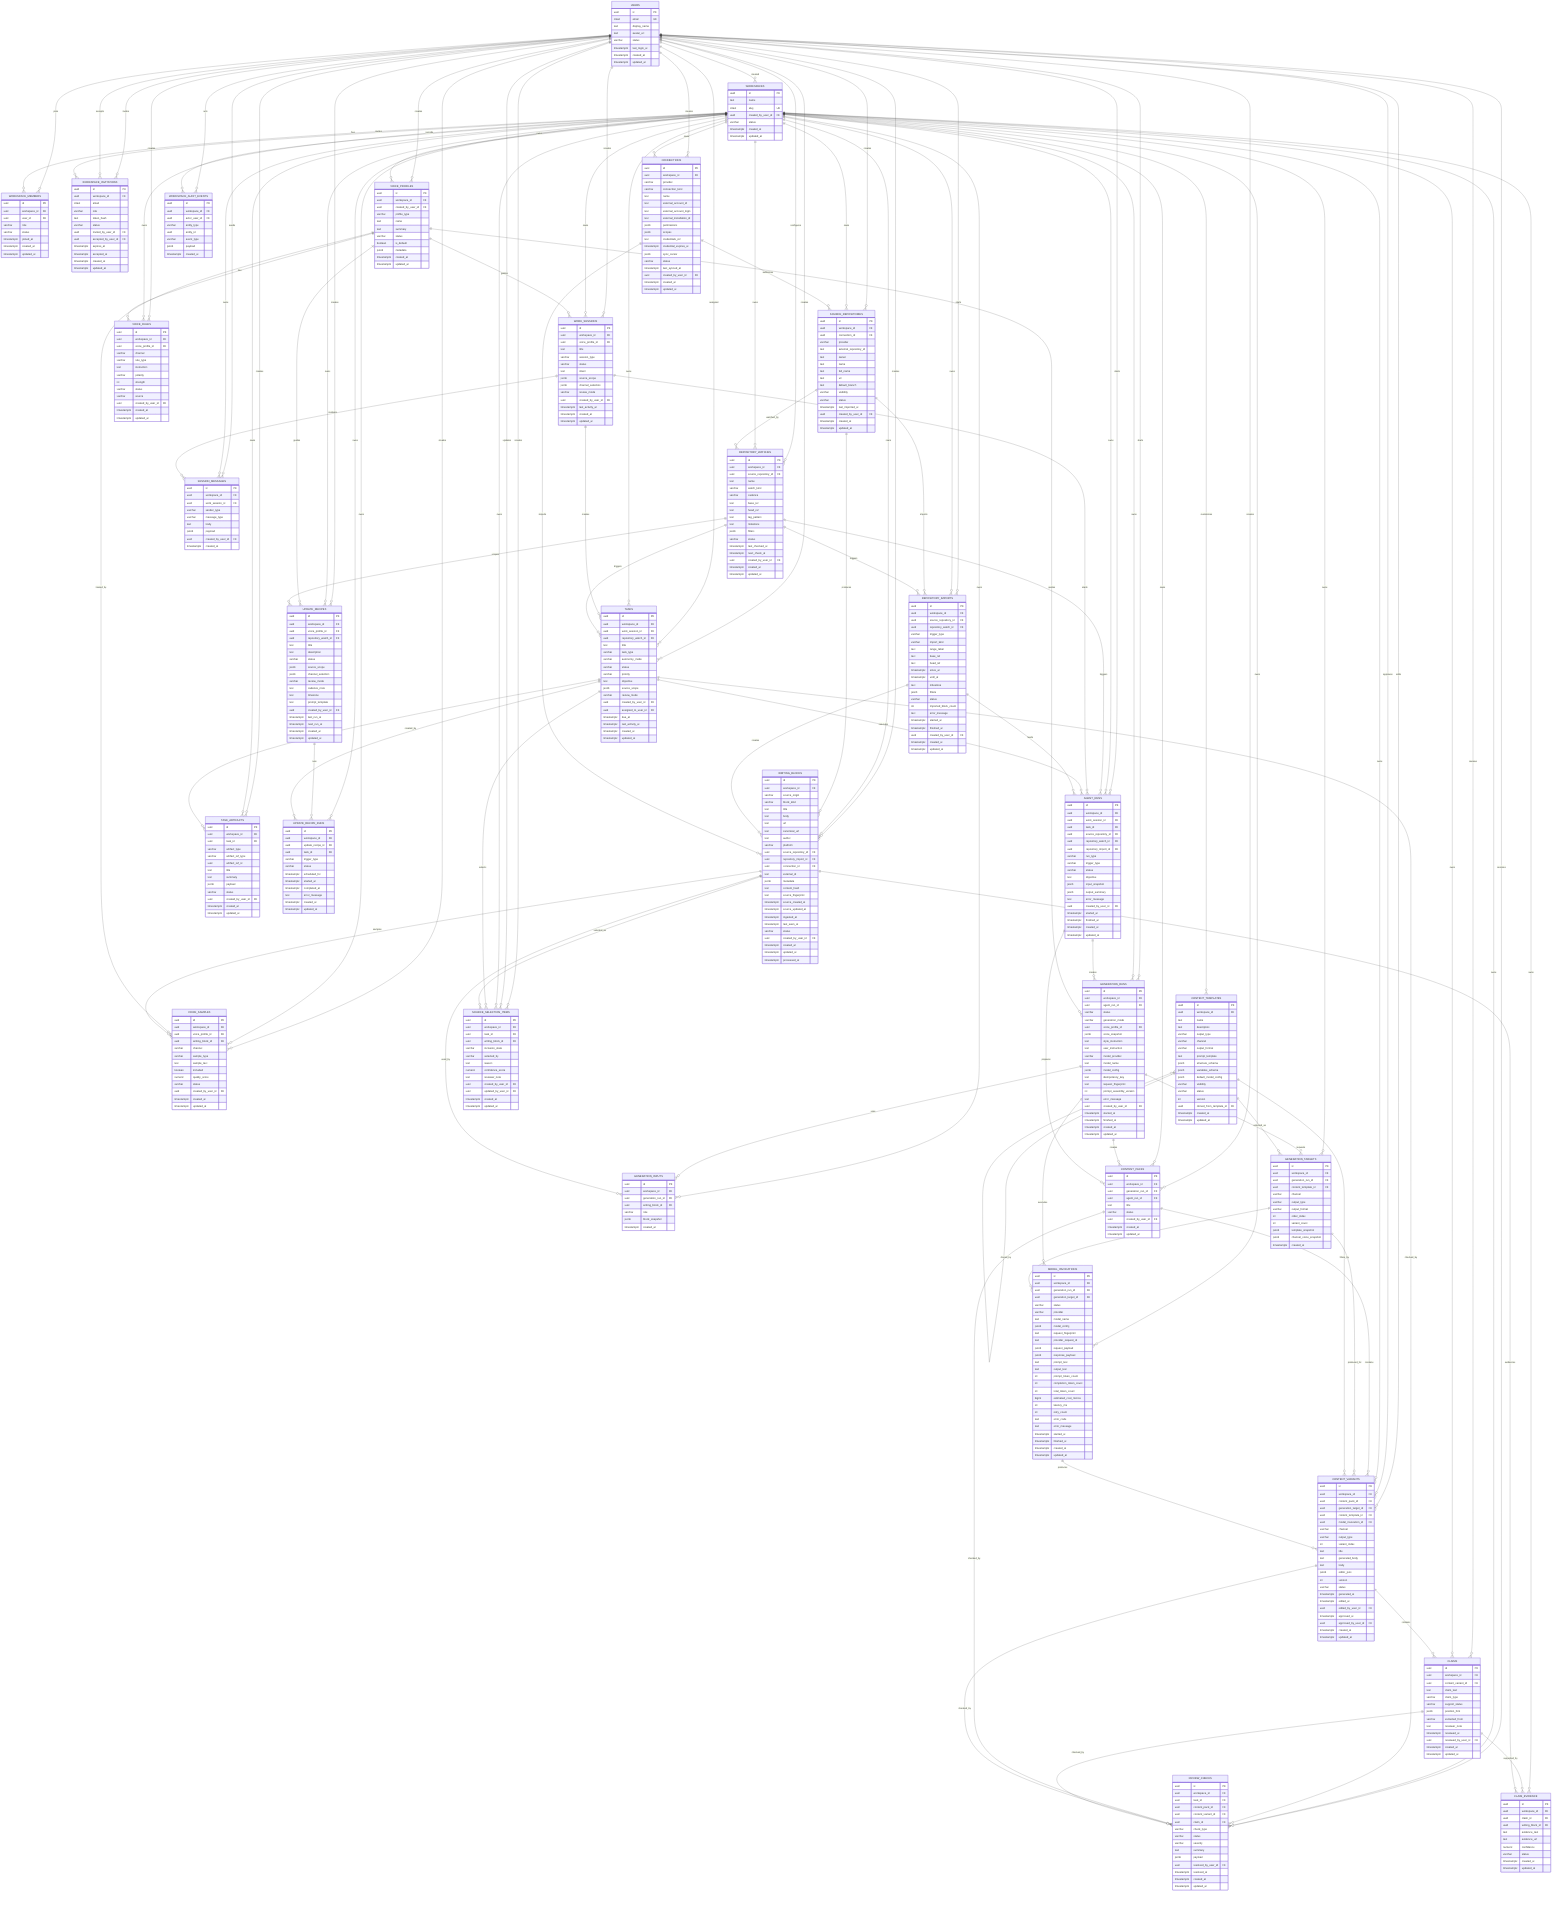
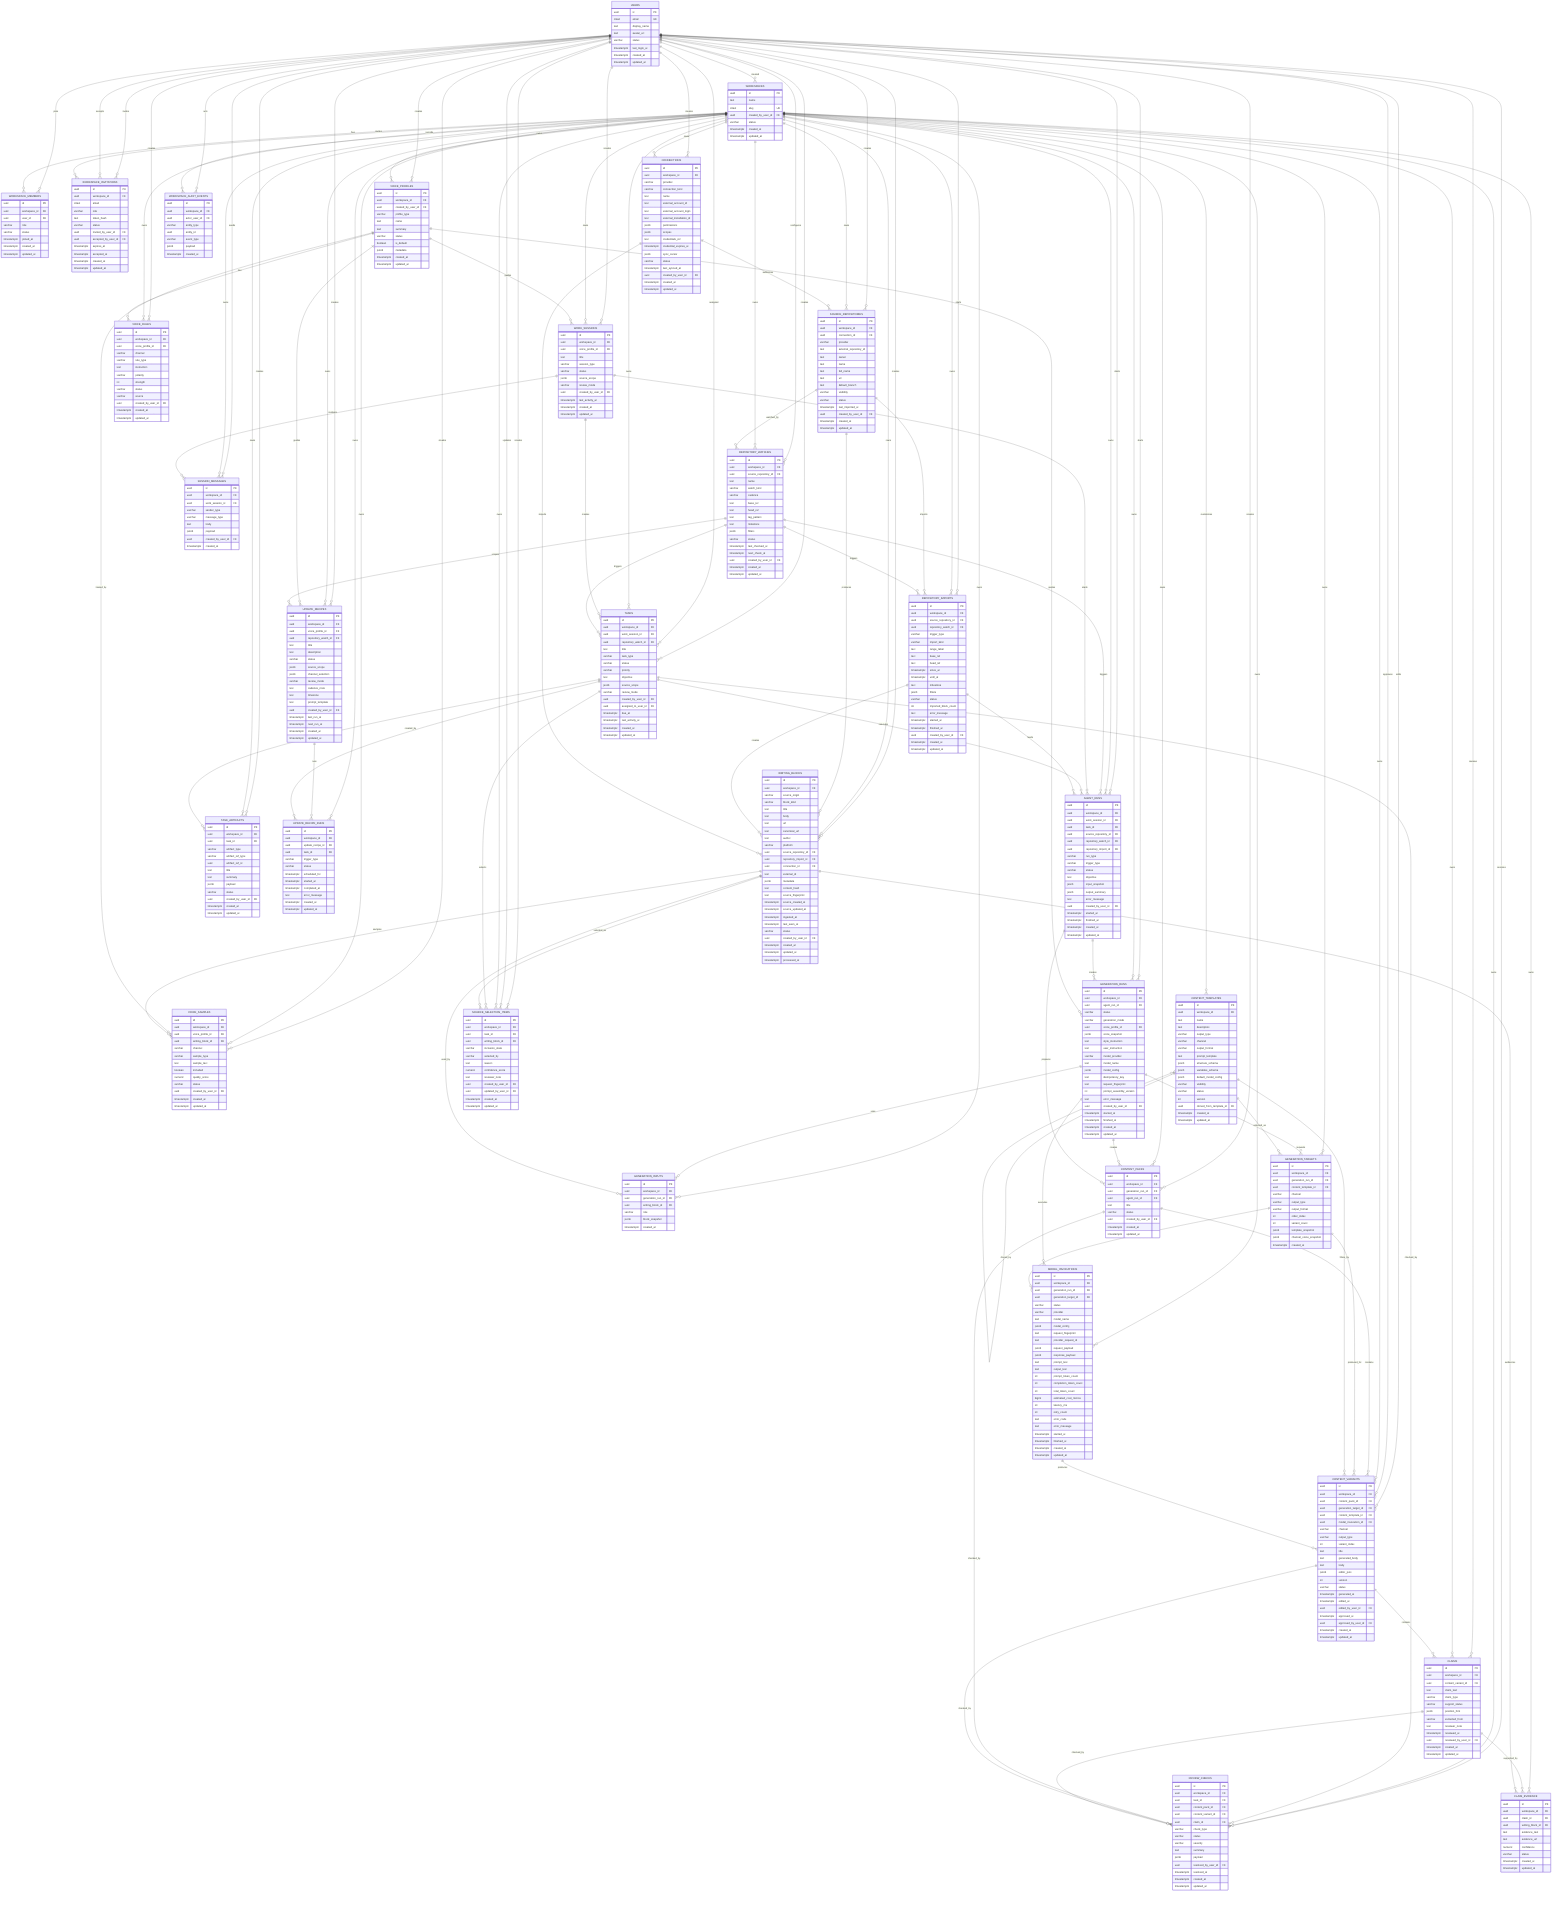
erDiagram
    USERS {
        uuid id PK
        citext email UK
        text display_name
        text avatar_url
        varchar status
        timestamptz last_login_at
        timestamptz created_at
        timestamptz updated_at
    }

    WORKSPACES {
        uuid id PK
        text name
        citext slug UK
        uuid created_by_user_id FK
        varchar status
        timestamptz created_at
        timestamptz updated_at
    }

    WORKSPACE_MEMBERS {
        uuid id PK
        uuid workspace_id FK
        uuid user_id FK
        varchar role
        varchar status
        timestamptz joined_at
        timestamptz created_at
        timestamptz updated_at
    }

    WORKSPACE_INVITATIONS {
        uuid id PK
        uuid workspace_id FK
        citext email
        varchar role
        text token_hash
        varchar status
        uuid invited_by_user_id FK
        uuid accepted_by_user_id FK
        timestamptz expires_at
        timestamptz accepted_at
        timestamptz created_at
        timestamptz updated_at
    }

    SOURCE_REPOSITORIES {
        uuid id PK
        uuid workspace_id FK
        uuid connection_id FK
        varchar provider
        text external_repository_id
        text owner
        text name
        text full_name
        text url
        text default_branch
        varchar visibility
        varchar status
        timestamptz last_imported_at
        uuid created_by_user_id FK
        timestamptz created_at
        timestamptz updated_at
    }

    REPOSITORY_WATCHES {
        uuid id PK
        uuid workspace_id FK
        uuid source_repository_id FK
        text name
        varchar watch_kind
        varchar cadence
        text base_ref
        text head_ref
        text tag_pattern
        text milestone
        jsonb filters
        varchar status
        timestamptz last_checked_at
        timestamptz next_check_at
        uuid created_by_user_id FK
        timestamptz created_at
        timestamptz updated_at
    }

    REPOSITORY_IMPORTS {
        uuid id PK
        uuid workspace_id FK
        uuid source_repository_id FK
        uuid repository_watch_id FK
        varchar trigger_type
        varchar import_kind
        text range_label
        text base_ref
        text head_ref
        timestamptz since_at
        timestamptz until_at
        text milestone
        jsonb filters
        varchar status
        int imported_block_count
        text error_message
        timestamptz started_at
        timestamptz finished_at
        uuid created_by_user_id FK
        timestamptz created_at
        timestamptz updated_at
    }

    CONNECTIONS {
        uuid id PK
        uuid workspace_id FK
        varchar provider
        varchar connection_kind
        text name
        text external_account_id
        text external_account_login
        text external_installation_id
        jsonb permissions
        jsonb scopes
        text credentials_ref
        timestamptz credential_expires_at
        jsonb sync_cursor
        varchar status
        timestamptz last_synced_at
        uuid created_by_user_id FK
        timestamptz created_at
        timestamptz updated_at
    }

    WRITING_BLOCKS {
        uuid id PK
        uuid workspace_id FK
        varchar source_origin
        varchar block_kind
        text title
        text body
        text url
        text canonical_url
        text author
        varchar platform
        uuid source_repository_id FK
        uuid repository_import_id FK
        uuid connection_id FK
        text external_id
        jsonb metadata
        text content_hash
        text source_fingerprint
        timestamptz source_created_at
        timestamptz source_updated_at
        timestamptz ingested_at
        timestamptz last_seen_at
        varchar status
        uuid created_by_user_id FK
        timestamptz created_at
        timestamptz updated_at
        timestamptz processed_at
    }

    VOICE_PROFILES {
        uuid id PK
        uuid workspace_id FK
        uuid created_by_user_id FK
        varchar profile_type
        text name
        text summary
        varchar status
        boolean is_default
        jsonb metadata
        timestamptz created_at
        timestamptz updated_at
    }

    VOICE_SAMPLES {
        uuid id PK
        uuid workspace_id FK
        uuid voice_profile_id FK
        uuid writing_block_id FK
        varchar channel
        varchar sample_type
        text sample_text
        boolean included
        numeric quality_score
        varchar status
        uuid created_by_user_id FK
        timestamptz created_at
        timestamptz updated_at
    }

    VOICE_RULES {
        uuid id PK
        uuid workspace_id FK
        uuid voice_profile_id FK
        varchar channel
        varchar rule_type
        text instruction
        varchar polarity
        int strength
        varchar status
        varchar source
        uuid created_by_user_id FK
        timestamptz created_at
        timestamptz updated_at
    }

    CONTENT_TEMPLATES {
        uuid id PK
        uuid workspace_id FK
        text name
        text description
        varchar output_type
        varchar channel
        varchar output_format
        text prompt_template
        jsonb structure_schema
        jsonb variables_schema
        jsonb default_model_config
        varchar visibility
        varchar status
        int version
        uuid cloned_from_template_id FK
        timestamptz created_at
        timestamptz updated_at
    }

    WORK_SESSIONS {
        uuid id PK
        uuid workspace_id FK
        uuid voice_profile_id FK
        text title
        varchar session_type
        varchar status
-         text intent
        jsonb source_scope
-         jsonb channel_selection
        varchar review_mode
        uuid created_by_user_id FK
        timestamptz last_activity_at
        timestamptz created_at
        timestamptz updated_at
    }

    SESSION_MESSAGES {
        uuid id PK
        uuid workspace_id FK
        uuid work_session_id FK
        varchar sender_type
        varchar message_type
        text body
        jsonb payload
        uuid created_by_user_id FK
        timestamptz created_at
    }

    TASKS {
        uuid id PK
        uuid workspace_id FK
        uuid work_session_id FK
        uuid repository_watch_id FK
        text title
        varchar task_type
-         varchar autonomy_mode
        varchar status
        varchar priority
        text objective
        jsonb source_scope
        varchar review_mode
        uuid created_by_user_id FK
        uuid assigned_to_user_id FK
        timestamptz due_at
        timestamptz last_activity_at
        timestamptz created_at
        timestamptz updated_at
    }

    TASK_ARTIFACTS {
        uuid id PK
        uuid workspace_id FK
        uuid task_id FK
        varchar artifact_type
        varchar artifact_ref_type
        uuid artifact_ref_id
        text title
        text summary
        jsonb payload
        varchar status
        uuid created_by_user_id FK
        timestamptz created_at
        timestamptz updated_at
    }

    SOURCE_SELECTION_ITEMS {
        uuid id PK
        uuid workspace_id FK
        uuid task_id FK
        uuid writing_block_id FK
        varchar inclusion_state
        varchar selected_by
        text reason
        numeric confidence_score
        text reviewer_note
        uuid created_by_user_id FK
        uuid updated_by_user_id FK
        timestamptz created_at
        timestamptz updated_at
    }

    REVIEW_CHECKS {
        uuid id PK
        uuid workspace_id FK
        uuid task_id FK
        uuid content_pack_id FK
        uuid content_variant_id FK
        uuid claim_id FK
        varchar check_type
        varchar status
        varchar severity
        text summary
        jsonb payload
        uuid resolved_by_user_id FK
        timestamptz resolved_at
        timestamptz created_at
        timestamptz updated_at
    }

    UPDATE_RECIPES {
        uuid id PK
        uuid workspace_id FK
        uuid voice_profile_id FK
        uuid repository_watch_id FK
        text title
        text description
        varchar status
        jsonb source_scope
        jsonb channel_selection
        varchar review_mode
        text cadence_rrule
        text timezone
        text prompt_template
        uuid created_by_user_id FK
        timestamptz last_run_at
        timestamptz next_run_at
        timestamptz created_at
        timestamptz updated_at
    }

    UPDATE_RECIPE_RUNS {
        uuid id PK
        uuid workspace_id FK
        uuid update_recipe_id FK
        uuid task_id FK
        varchar trigger_type
        varchar status
        timestamptz scheduled_for
        timestamptz started_at
        timestamptz completed_at
        text error_message
        timestamptz created_at
        timestamptz updated_at
    }

    AGENT_RUNS {
        uuid id PK
        uuid workspace_id FK
        uuid work_session_id FK
        uuid task_id FK
        uuid source_repository_id FK
        uuid repository_watch_id FK
        uuid repository_import_id FK
        varchar run_type
        varchar trigger_type
        varchar status
        text objective
        jsonb input_snapshot
        jsonb output_summary
        text error_message
        uuid created_by_user_id FK
        timestamptz started_at
        timestamptz finished_at
        timestamptz created_at
        timestamptz updated_at
    }

    GENERATION_RUNS {
        uuid id PK
        uuid workspace_id FK
        uuid agent_run_id FK
        varchar status
        varchar generation_mode
        uuid voice_profile_id FK
        jsonb voice_snapshot
        text style_instruction
        text user_instruction
        varchar model_provider
        text model_name
        jsonb model_config
        text idempotency_key
        text request_fingerprint
        int prompt_assembly_version
        text error_message
        uuid created_by_user_id FK
        timestamptz started_at
        timestamptz finished_at
        timestamptz created_at
        timestamptz updated_at
    }

    GENERATION_INPUTS {
        uuid id PK
        uuid workspace_id FK
        uuid generation_run_id FK
        uuid writing_block_id FK
        varchar role
        jsonb block_snapshot
        timestamptz created_at
    }

    GENERATION_TARGETS {
        uuid id PK
        uuid workspace_id FK
        uuid generation_run_id FK
        uuid content_template_id FK
        varchar channel
        varchar output_type
        varchar output_format
        int order_index
        int variant_count
        jsonb template_snapshot
        jsonb channel_voice_snapshot
        timestamptz created_at
    }

    MODEL_INVOCATIONS {
        uuid id PK
        uuid workspace_id FK
        uuid generation_run_id FK
        uuid generation_target_id FK
        varchar status
        varchar provider
        text model_name
        jsonb model_config
        text request_fingerprint
        text provider_request_id
        jsonb request_payload
        jsonb response_payload
        text prompt_text
        text output_text
        int prompt_token_count
        int completion_token_count
        int total_token_count
        bigint estimated_cost_micros
        int latency_ms
        int retry_count
        text error_code
        text error_message
        timestamptz started_at
        timestamptz finished_at
        timestamptz created_at
        timestamptz updated_at
    }

    CONTENT_PACKS {
        uuid id PK
        uuid workspace_id FK
        uuid generation_run_id FK
        uuid agent_run_id FK
        text title
        varchar status
        uuid created_by_user_id FK
        timestamptz created_at
        timestamptz updated_at
    }

    CONTENT_VARIANTS {
        uuid id PK
        uuid workspace_id FK
        uuid content_pack_id FK
        uuid generation_target_id FK
        uuid content_template_id FK
        uuid model_invocation_id FK
        varchar channel
        varchar output_type
        int variant_index
        text title
        text generated_body
        text body
        jsonb editor_json
        int version
        varchar status
        timestamptz generated_at
        timestamptz edited_at
        uuid edited_by_user_id FK
        timestamptz approved_at
        uuid approved_by_user_id FK
        timestamptz created_at
        timestamptz updated_at
    }

    CLAIMS {
        uuid id PK
        uuid workspace_id FK
        uuid content_variant_id FK
        text claim_text
        varchar claim_type
        varchar support_status
        jsonb position_hint
        varchar extracted_from
        text reviewer_note
        timestamptz reviewed_at
        uuid reviewed_by_user_id FK
        timestamptz created_at
        timestamptz updated_at
    }

    CLAIM_EVIDENCE {
        uuid id PK
        uuid workspace_id FK
        uuid claim_id FK
        uuid writing_block_id FK
        text evidence_text
        text evidence_url
        numeric confidence
        varchar status
        timestamptz created_at
        timestamptz updated_at
    }

    WORKSPACE_AUDIT_EVENTS {
        uuid id PK
        uuid workspace_id FK
        uuid actor_user_id FK
        varchar entity_type
        uuid entity_id
        varchar event_type
        jsonb payload
        timestamptz created_at
    }

    USERS ||--o{ WORKSPACES : created
    USERS ||--o{ WORKSPACE_MEMBERS : joins
    USERS ||--o{ WORKSPACE_INVITATIONS : invites
    USERS ||--o{ WORKSPACE_INVITATIONS : accepts
    USERS ||--o{ SOURCE_REPOSITORIES : creates
    USERS ||--o{ REPOSITORY_WATCHES : configures
    USERS ||--o{ REPOSITORY_IMPORTS : starts
    USERS ||--o{ CONNECTIONS : creates
    USERS ||--o{ WRITING_BLOCKS : creates
    USERS ||--o{ VOICE_PROFILES : creates
    USERS ||--o{ VOICE_SAMPLES : creates
    USERS ||--o{ VOICE_RULES : creates
    USERS ||--o{ WORK_SESSIONS : creates
    USERS ||--o{ SESSION_MESSAGES : sends
    USERS ||--o{ TASKS : creates
    USERS ||--o{ TASKS : assigned
    USERS ||--o{ TASK_ARTIFACTS : creates
    USERS ||--o{ SOURCE_SELECTION_ITEMS : creates
    USERS ||--o{ SOURCE_SELECTION_ITEMS : updates
    USERS ||--o{ REVIEW_CHECKS : resolves
    USERS ||--o{ UPDATE_RECIPES : creates
    USERS ||--o{ AGENT_RUNS : starts
    USERS ||--o{ GENERATION_RUNS : starts
    USERS ||--o{ CONTENT_PACKS : creates
    USERS ||--o{ CONTENT_VARIANTS : edits
    USERS ||--o{ CONTENT_VARIANTS : approves
    USERS ||--o{ CLAIMS : reviews
    USERS ||--o{ WORKSPACE_AUDIT_EVENTS : acts

    WORKSPACES ||--o{ WORKSPACE_MEMBERS : has
    WORKSPACES ||--o{ WORKSPACE_INVITATIONS : invites
    WORKSPACES ||--o{ SOURCE_REPOSITORIES : owns
    WORKSPACES ||--o{ REPOSITORY_WATCHES : owns
    WORKSPACES ||--o{ REPOSITORY_IMPORTS : owns
    WORKSPACES ||--o{ CONNECTIONS : owns
    WORKSPACES ||--o{ WRITING_BLOCKS : owns
    WORKSPACES ||--o{ VOICE_PROFILES : owns
    WORKSPACES ||--o{ VOICE_SAMPLES : owns
    WORKSPACES ||--o{ VOICE_RULES : owns
    WORKSPACES ||--o{ CONTENT_TEMPLATES : customizes
    WORKSPACES ||--o{ WORK_SESSIONS : owns
    WORKSPACES ||--o{ SESSION_MESSAGES : owns
    WORKSPACES ||--o{ TASKS : owns
    WORKSPACES ||--o{ TASK_ARTIFACTS : owns
    WORKSPACES ||--o{ SOURCE_SELECTION_ITEMS : owns
    WORKSPACES ||--o{ REVIEW_CHECKS : owns
    WORKSPACES ||--o{ UPDATE_RECIPES : owns
    WORKSPACES ||--o{ UPDATE_RECIPE_RUNS : owns
    WORKSPACES ||--o{ AGENT_RUNS : owns
    WORKSPACES ||--o{ GENERATION_RUNS : owns
    WORKSPACES ||--o{ GENERATION_INPUTS : owns
    WORKSPACES ||--o{ GENERATION_TARGETS : owns
    WORKSPACES ||--o{ MODEL_INVOCATIONS : owns
    WORKSPACES ||--o{ CONTENT_PACKS : owns
    WORKSPACES ||--o{ CONTENT_VARIANTS : owns
    WORKSPACES ||--o{ CLAIMS : owns
    WORKSPACES ||--o{ CLAIM_EVIDENCE : owns
    WORKSPACES ||--o{ WORKSPACE_AUDIT_EVENTS : records

    CONNECTIONS ||--o{ SOURCE_REPOSITORIES : authorizes
    SOURCE_REPOSITORIES ||--o{ REPOSITORY_WATCHES : watched_by
    SOURCE_REPOSITORIES ||--o{ REPOSITORY_IMPORTS : imports
    REPOSITORY_WATCHES ||--o{ REPOSITORY_IMPORTS : triggers
    SOURCE_REPOSITORIES ||--o{ WRITING_BLOCKS : produces
    REPOSITORY_IMPORTS ||--o{ WRITING_BLOCKS : creates
    CONNECTIONS ||--o{ WRITING_BLOCKS : imports
    VOICE_PROFILES ||--o{ VOICE_SAMPLES : trained_by
    WRITING_BLOCKS ||--o{ VOICE_SAMPLES : samples
    VOICE_PROFILES ||--o{ VOICE_RULES : has
    CONTENT_TEMPLATES ||--o{ CONTENT_TEMPLATES : cloned_by

    VOICE_PROFILES ||--o{ WORK_SESSIONS : guides
    WORK_SESSIONS ||--o{ SESSION_MESSAGES : contains
    WORK_SESSIONS ||--o{ TASKS : creates
    REPOSITORY_WATCHES ||--o{ TASKS : triggers
    TASKS ||--o{ TASK_ARTIFACTS : produces
    TASKS ||--o{ SOURCE_SELECTION_ITEMS : selects
    WRITING_BLOCKS ||--o{ SOURCE_SELECTION_ITEMS : selected_as
    TASKS ||--o{ REVIEW_CHECKS : checked_by
    CONTENT_PACKS ||--o{ REVIEW_CHECKS : checked_by
    CONTENT_VARIANTS ||--o{ REVIEW_CHECKS : checked_by
    CLAIMS ||--o{ REVIEW_CHECKS : checked_by
    VOICE_PROFILES ||--o{ UPDATE_RECIPES : guides
    REPOSITORY_WATCHES ||--o{ UPDATE_RECIPES : scopes
    UPDATE_RECIPES ||--o{ UPDATE_RECIPE_RUNS : runs
    TASKS ||--o{ UPDATE_RECIPE_RUNS : created_by

    REPOSITORY_WATCHES ||--o{ AGENT_RUNS : triggers
    WORK_SESSIONS ||--o{ AGENT_RUNS : starts
    TASKS ||--o{ AGENT_RUNS : executes
    REPOSITORY_IMPORTS ||--o{ AGENT_RUNS : feeds
    AGENT_RUNS ||--o{ GENERATION_RUNS : creates
    VOICE_PROFILES ||--o{ GENERATION_RUNS : guides
    GENERATION_RUNS ||--o{ GENERATION_INPUTS : uses
    WRITING_BLOCKS ||--o{ GENERATION_INPUTS : used_by
    GENERATION_RUNS ||--o{ GENERATION_TARGETS : requests
    CONTENT_TEMPLATES ||--o{ GENERATION_TARGETS : selected_as
    GENERATION_RUNS ||--o{ MODEL_INVOCATIONS : executes
    GENERATION_TARGETS ||--o{ MODEL_INVOCATIONS : prompts
    GENERATION_RUNS ||--o{ CONTENT_PACKS : creates
    AGENT_RUNS ||--o{ CONTENT_PACKS : prepares
    CONTENT_PACKS ||--o{ CONTENT_VARIANTS : contains
    GENERATION_TARGETS ||--o{ CONTENT_VARIANTS : produced_for
    CONTENT_TEMPLATES ||--o{ CONTENT_VARIANTS : filters_by
    MODEL_INVOCATIONS ||--o{ CONTENT_VARIANTS : produces
    CONTENT_VARIANTS ||--o{ CLAIMS : contains
    CLAIMS ||--o{ CLAIM_EVIDENCE : supported_by
    WRITING_BLOCKS ||--o{ CLAIM_EVIDENCE : evidences
